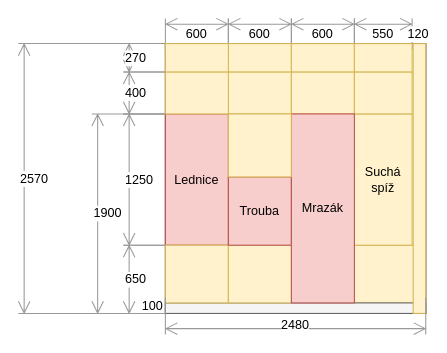
This is docs/src/static/drawings/kitchen.wall-appliances.drawio from surquest/flat-renovation, a draw.io file, before an edit. Source tidied: cells renumbered, new cells numbered last; positions are measured from the earlier drawing's top-left corner, leaving out a move shared by most shapes. Both pictures are drawn from the tidied source at 105%, with x=0, y=0 at pixel (18, 18).
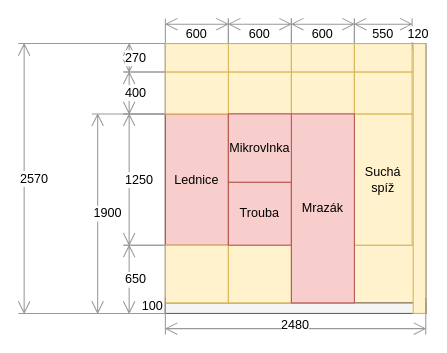
The same page after the edit.

Diff of the diagram source:
```diff
@@
     <mxCell id="22" value="Trouba" style="rounded=0;whiteSpace=wrap;html=1;fillColor=#f8cecc;strokeColor=#b85450;" parent="1" vertex="1">
-      <mxGeometry x="200" y="151" width="60" height="65" as="geometry" />
+      <mxGeometry x="200" y="156" width="60" height="60" as="geometry" />
     </mxCell>
@@
+    <mxCell id="34" value="Mikrovlnka" style="rounded=0;whiteSpace=wrap;html=1;fillColor=#f8cecc;strokeColor=#b85450;" parent="1" vertex="1">
+      <mxGeometry x="200" y="91" width="60" height="65" as="geometry" />
+    </mxCell>
```
